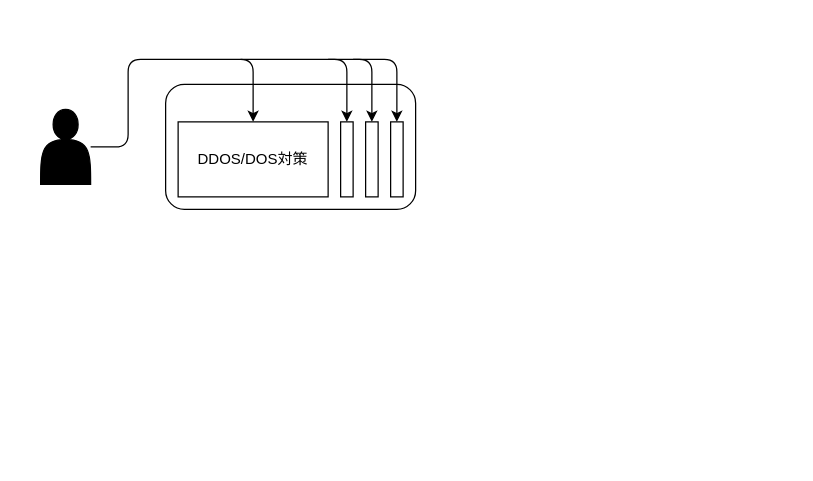
Above: page "全体構成図" (1 of 2) of server.drawio in MonsterLifeServer/HomePage (draw.io), before the change. Source tidied: cells renumbered, new cells numbered last; positions are measured from the earlier drawing's top-left corner, leaving out a move shared by most shapes. Both pictures are drawn from the tidied source at 125%, with x=0, y=0 at pixel (40, 59).
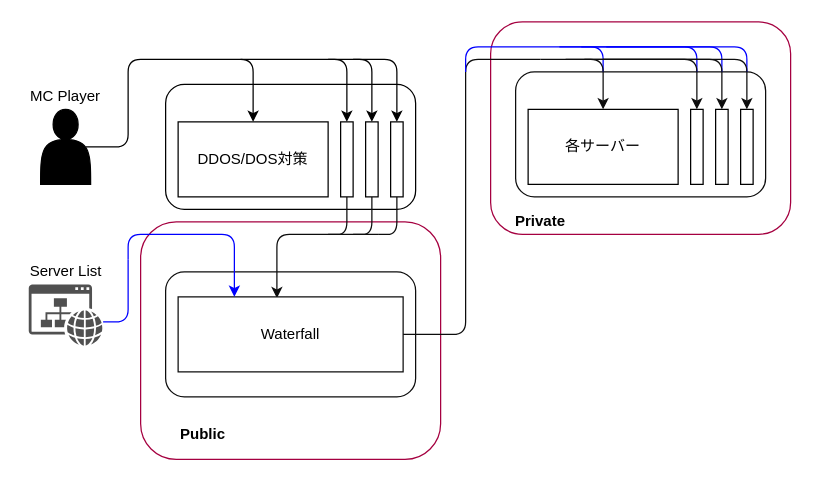
Above is the later version.

The change refers to these unchanged cells:
```xml
<mxCell id="3" style="shape=actor;whiteSpace=wrap;html=1;rounded=0;strokeColor=#000000;fillColor=#000000;" parent="1" vertex="1">
  <mxGeometry y="40" width="40" height="60" as="geometry" />
</mxCell>
<mxCell id="5" value="DDOS/DOS対策" style="rounded=0;whiteSpace=wrap;html=1;strokeColor=#000000;fontColor=#000000;fillColor=#FFFFFF;" parent="1" vertex="1">
  <mxGeometry x="110" y="50" width="120" height="60" as="geometry" />
</mxCell>
<mxCell id="6" style="rounded=0;whiteSpace=wrap;html=1;strokeColor=#000000;fontColor=#000000;fillColor=#FFFFFF;" parent="1" vertex="1">
  <mxGeometry x="240" y="50" width="10" height="60" as="geometry" />
</mxCell>
<mxCell id="7" style="rounded=0;whiteSpace=wrap;html=1;strokeColor=#000000;fontColor=#000000;fillColor=#FFFFFF;" parent="1" vertex="1">
  <mxGeometry x="260" y="50" width="10" height="60" as="geometry" />
</mxCell>
```

What changed in the source:
```diff
@@
+    <mxCell id="13" style="rounded=1;whiteSpace=wrap;html=1;strokeColor=#A50040;fontColor=#ffffff;fillColor=none;" parent="1" vertex="1">
+      <mxGeometry x="360" y="-30" width="240" height="170" as="geometry" />
+    </mxCell>
+    <mxCell id="14" style="rounded=1;whiteSpace=wrap;html=1;strokeColor=#0D0D0D;fontColor=#000000;fillColor=none;" parent="1" vertex="1">
+      <mxGeometry x="380" y="10" width="200" height="100" as="geometry" />
+    </mxCell>
+    <mxCell id="15" style="rounded=1;whiteSpace=wrap;html=1;strokeColor=#A50040;fontColor=#ffffff;fillColor=none;" parent="1" vertex="1">
+      <mxGeometry x="80" y="130" width="240" height="190" as="geometry" />
+    </mxCell>
-    <mxCell id="2" style="edgeStyle=orthogonalEdgeStyle;rounded=1;sketch=0;jumpStyle=none;jettySize=auto;html=1;endSize=6;strokeColor=#000000;strokeWidth=1;fontColor=#000000;" parent="1" edge="1" source="3" target="5">
+    <mxCell id="2" style="edgeStyle=orthogonalEdgeStyle;rounded=1;sketch=0;jumpStyle=none;jettySize=auto;html=1;endSize=6;strokeColor=#000000;strokeWidth=1;fontColor=#000000;exitX=0.9;exitY=0.5;exitDx=0;exitDy=0;exitPerimeter=0;" parent="1" edge="1" source="3" target="5">
       <mxGeometry relative="1" as="geometry">
         <Array as="points">
           <mxPoint x="70" y="70" />
           <mxPoint x="70" />
           <mxPoint x="170" />
         </Array>
       </mxGeometry>
     </mxCell>
@@
+    <mxCell id="16" style="edgeStyle=segmentEdgeStyle;endArrow=none;html=1;shadow=0;strokeColor=#0D0D0D;fontColor=#000000;endFill=0;exitX=0.5;exitY=1;exitDx=0;exitDy=0;" parent="1" edge="1" source="6">
+      <mxGeometry relative="1" as="geometry">
+        <mxPoint x="230" y="140" as="targetPoint" />
+        <Array as="points">
+          <mxPoint x="245" y="140" />
+        </Array>
+      </mxGeometry>
+    </mxCell>
+    <mxCell id="17" style="edgeStyle=segmentEdgeStyle;endArrow=none;html=1;shadow=0;strokeColor=#0D0D0D;fontColor=#000000;endFill=0;exitX=0.5;exitY=1;exitDx=0;exitDy=0;" parent="1" edge="1" source="7">
+      <mxGeometry relative="1" as="geometry">
+        <mxPoint x="250" y="140" as="targetPoint" />
+        <Array as="points">
+          <mxPoint x="265" y="140" />
+        </Array>
+      </mxGeometry>
+    </mxCell>
+    <mxCell id="18" style="rounded=1;whiteSpace=wrap;html=1;fontColor=#000000;fillColor=none;strokeColor=#0D0D0D;" parent="1" vertex="1">
+      <mxGeometry x="100" y="170" width="200" height="100" as="geometry" />
+    </mxCell>
+    <mxCell id="19" style="edgeStyle=segmentEdgeStyle;endArrow=none;html=1;shadow=0;strokeColor=#0D0D0D;fontColor=#000000;endFill=0;exitX=0.5;exitY=1;exitDx=0;exitDy=0;" parent="1" edge="1">
+      <mxGeometry relative="1" as="geometry">
+        <mxPoint x="285" y="110" as="sourcePoint" />
+        <mxPoint x="270" y="140" as="targetPoint" />
+        <Array as="points">
+          <mxPoint x="285" y="140" />
+        </Array>
+      </mxGeometry>
+    </mxCell>
+    <mxCell id="20" style="edgeStyle=elbowEdgeStyle;elbow=vertical;endArrow=classic;html=1;shadow=0;strokeColor=#0D0D0D;fontColor=#000000;entryX=0.439;entryY=0.017;entryDx=0;entryDy=0;entryPerimeter=0;" parent="1" edge="1" target="21">
+      <mxGeometry relative="1" as="geometry">
+        <mxPoint x="270" y="140" as="sourcePoint" />
+        <Array as="points">
+          <mxPoint x="220" y="140" />
+        </Array>
+      </mxGeometry>
+    </mxCell>
+    <mxCell id="21" value="Waterfall" style="rounded=0;whiteSpace=wrap;html=1;strokeColor=#0D0D0D;fontColor=#000000;fillColor=#FFFFFF;" parent="1" vertex="1">
+      <mxGeometry x="110" y="190" width="180" height="60" as="geometry" />
+    </mxCell>
+    <mxCell id="22" style="edgeStyle=elbowEdgeStyle;elbow=horizontal;endArrow=none;html=1;shadow=0;strokeColor=#0D0D0D;fontColor=#000000;endFill=0;" parent="1" edge="1">
+      <mxGeometry relative="1" as="geometry">
+        <mxPoint x="290" y="220" as="sourcePoint" />
+        <mxPoint x="400" as="targetPoint" />
+        <Array as="points">
+          <mxPoint x="340" y="110" />
+          <mxPoint x="370" />
+          <mxPoint x="370" />
+        </Array>
+      </mxGeometry>
+    </mxCell>
+    <mxCell id="23" value="&lt;b&gt;Public&lt;/b&gt;" style="text;html=1;strokeColor=none;fillColor=none;align=center;verticalAlign=middle;whiteSpace=wrap;rounded=0;fontColor=#000000;" parent="1" vertex="1">
+      <mxGeometry x="110" y="290" width="40" height="20" as="geometry" />
+    </mxCell>
+    <mxCell id="24" value="&lt;b&gt;Private&lt;/b&gt;" style="text;html=1;strokeColor=none;fillColor=none;align=center;verticalAlign=middle;whiteSpace=wrap;rounded=0;fontColor=#000000;" parent="1" vertex="1">
+      <mxGeometry x="380" y="120" width="40" height="20" as="geometry" />
+    </mxCell>
+    <mxCell id="25" value="各サーバー" style="rounded=0;whiteSpace=wrap;html=1;strokeColor=#000000;fontColor=#000000;fillColor=#FFFFFF;" parent="1" vertex="1">
+      <mxGeometry x="390" y="40" width="120" height="60" as="geometry" />
+    </mxCell>
+    <mxCell id="26" style="rounded=0;whiteSpace=wrap;html=1;strokeColor=#000000;fontColor=#000000;fillColor=#FFFFFF;" parent="1" vertex="1">
+      <mxGeometry x="520" y="40" width="10" height="60" as="geometry" />
+    </mxCell>
+    <mxCell id="27" style="rounded=0;whiteSpace=wrap;html=1;strokeColor=#000000;fontColor=#000000;fillColor=#FFFFFF;" parent="1" vertex="1">
+      <mxGeometry x="540" y="40" width="10" height="60" as="geometry" />
+    </mxCell>
+    <mxCell id="28" style="rounded=0;whiteSpace=wrap;html=1;strokeColor=#000000;fontColor=#000000;fillColor=#FFFFFF;" parent="1" vertex="1">
+      <mxGeometry x="560" y="40" width="10" height="60" as="geometry" />
+    </mxCell>
+    <mxCell id="29" value="MC Player" style="text;html=1;strokeColor=none;fillColor=none;align=center;verticalAlign=middle;whiteSpace=wrap;rounded=0;fontColor=#000000;" parent="1" vertex="1">
+      <mxGeometry x="-10" y="20" width="60" height="20" as="geometry" />
+    </mxCell>
+    <mxCell id="30" style="shadow=0;dashed=0;html=1;strokeColor=none;fillColor=#505050;labelPosition=center;verticalLabelPosition=bottom;verticalAlign=top;align=center;shape=mxgraph.office.concepts.website;fontColor=#000000;" parent="1" vertex="1">
+      <mxGeometry x="-9.5" y="180" width="59" height="49" as="geometry" />
+    </mxCell>
+    <mxCell id="31" value="Server List" style="text;html=1;strokeColor=none;fillColor=none;align=center;verticalAlign=middle;whiteSpace=wrap;rounded=0;fontColor=#000000;" parent="1" vertex="1">
+      <mxGeometry x="-15.2" y="160" width="70.5" height="20" as="geometry" />
+    </mxCell>
+    <mxCell id="32" style="edgeStyle=elbowEdgeStyle;elbow=vertical;endArrow=none;html=1;shadow=0;fontColor=#000000;endFill=0;strokeColor=#0000FF;" parent="1" edge="1">
+      <mxGeometry relative="1" as="geometry">
+        <mxPoint x="50" y="210" as="sourcePoint" />
+        <mxPoint x="70" y="160" as="targetPoint" />
+        <Array as="points">
+          <mxPoint x="70" y="210" />
+        </Array>
+      </mxGeometry>
+    </mxCell>
+    <mxCell id="33" style="edgeStyle=elbowEdgeStyle;elbow=vertical;endArrow=classic;html=1;shadow=0;fontColor=#000000;entryX=0.25;entryY=0;entryDx=0;entryDy=0;strokeColor=#0000FF;" parent="1" edge="1" target="21">
+      <mxGeometry relative="1" as="geometry">
+        <mxPoint x="70" y="160" as="sourcePoint" />
+        <Array as="points">
+          <mxPoint x="110" y="140" />
+        </Array>
+      </mxGeometry>
+    </mxCell>
+    <mxCell id="34" style="edgeStyle=elbowEdgeStyle;elbow=vertical;endArrow=none;html=1;shadow=0;fontColor=#000000;strokeColor=#0000FF;endFill=0;" parent="1" edge="1">
+      <mxGeometry relative="1" as="geometry">
+        <mxPoint x="340" y="10" as="sourcePoint" />
+        <mxPoint x="450" y="10" as="targetPoint" />
+        <Array as="points">
+          <mxPoint x="350" y="-10" />
+        </Array>
+      </mxGeometry>
+    </mxCell>
+    <mxCell id="35" style="edgeStyle=elbowEdgeStyle;elbow=vertical;endArrow=none;html=1;shadow=0;fontColor=#000000;strokeColor=#0000FF;endFill=0;" parent="1" edge="1">
+      <mxGeometry relative="1" as="geometry">
+        <mxPoint x="415" y="-10" as="sourcePoint" />
+        <mxPoint x="525" y="10" as="targetPoint" />
+        <Array as="points">
+          <mxPoint x="445" y="-10" />
+        </Array>
+      </mxGeometry>
+    </mxCell>
+    <mxCell id="36" style="edgeStyle=elbowEdgeStyle;elbow=vertical;endArrow=none;html=1;shadow=0;fontColor=#000000;strokeColor=#0000FF;endFill=0;" parent="1" edge="1">
+      <mxGeometry relative="1" as="geometry">
+        <mxPoint x="432.5" y="-10" as="sourcePoint" />
+        <mxPoint x="545" y="10" as="targetPoint" />
+        <Array as="points">
+          <mxPoint x="462.5" y="-10" />
+        </Array>
+      </mxGeometry>
+    </mxCell>
+    <mxCell id="37" style="edgeStyle=elbowEdgeStyle;elbow=vertical;endArrow=none;html=1;shadow=0;fontColor=#000000;strokeColor=#0000FF;endFill=0;" parent="1" edge="1">
+      <mxGeometry relative="1" as="geometry">
+        <mxPoint x="452.5" y="-10" as="sourcePoint" />
+        <mxPoint x="565" y="10" as="targetPoint" />
+        <Array as="points">
+          <mxPoint x="482.5" y="-10" />
+        </Array>
+      </mxGeometry>
+    </mxCell>
+    <mxCell id="38" style="edgeStyle=elbowEdgeStyle;elbow=vertical;endArrow=classic;html=1;shadow=0;strokeColor=#0D0D0D;fontColor=#000000;entryX=0.5;entryY=0;entryDx=0;entryDy=0;" parent="1" edge="1" target="25">
+      <mxGeometry relative="1" as="geometry">
+        <mxPoint x="400" as="sourcePoint" />
+        <Array as="points">
+          <mxPoint x="430" />
+        </Array>
+      </mxGeometry>
+    </mxCell>
+    <mxCell id="39" style="edgeStyle=elbowEdgeStyle;elbow=vertical;endArrow=classic;html=1;shadow=0;strokeColor=#0D0D0D;fontColor=#000000;entryX=0.5;entryY=0;entryDx=0;entryDy=0;" parent="1" edge="1" target="26">
+      <mxGeometry relative="1" as="geometry">
+        <mxPoint x="420" as="sourcePoint" />
+        <Array as="points">
+          <mxPoint x="525" />
+        </Array>
+      </mxGeometry>
+    </mxCell>
+    <mxCell id="40" style="edgeStyle=elbowEdgeStyle;elbow=vertical;endArrow=classic;html=1;shadow=0;strokeColor=#0D0D0D;fontColor=#000000;entryX=0.5;entryY=0;entryDx=0;entryDy=0;" parent="1" edge="1" target="28">
+      <mxGeometry relative="1" as="geometry">
+        <mxPoint x="450" as="sourcePoint" />
+        <Array as="points">
+          <mxPoint x="510" />
+          <mxPoint x="480" />
+        </Array>
+      </mxGeometry>
+    </mxCell>
+    <mxCell id="41" style="edgeStyle=elbowEdgeStyle;elbow=vertical;endArrow=classic;html=1;shadow=0;strokeColor=#0D0D0D;fontColor=#000000;" parent="1" edge="1">
+      <mxGeometry relative="1" as="geometry">
+        <mxPoint x="435" as="sourcePoint" />
+        <mxPoint x="545" y="40" as="targetPoint" />
+        <Array as="points">
+          <mxPoint x="465" />
+        </Array>
+      </mxGeometry>
+    </mxCell>
```
